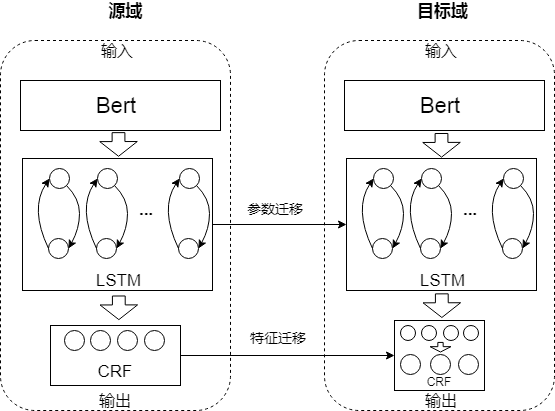
This is transfer_learning-CN.png from yhx123hero/CyberspaceSecurity_NER, a draw.io export, as it was before one commit. Source tidied: cells renumbered, new cells last; positions are measured from the earlier drawing's top-left corner, leaving out a move shared by most shapes.
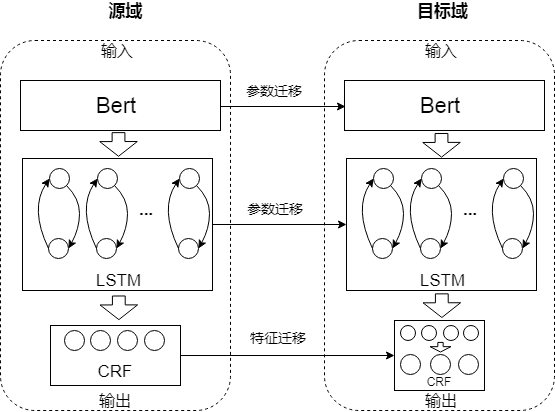
After the commit.

The edit, as a diff of the source:
```diff
@@ -269,5 +269,14 @@
         <mxPoint x="440" y="352" as="targetPoint" />
       </mxGeometry>
     </mxCell>
+    <mxCell id="68" value="参数迁移" style="text;html=1;align=center;verticalAlign=middle;whiteSpace=wrap;rounded=0;shadow=0;glass=0;fontSize=14;" parent="1" vertex="1">
+      <mxGeometry x="224" y="80" width="100" height="20" as="geometry" />
+    </mxCell>
+    <mxCell id="69" style="endArrow=classic;html=1;fontSize=22;entryX=0;entryY=0.5;entryDx=0;entryDy=0;" parent="1" edge="1">
+      <mxGeometry relative="1" as="geometry">
+        <mxPoint x="220" y="106" as="sourcePoint" />
+        <mxPoint x="345" y="106" as="targetPoint" />
+      </mxGeometry>
+    </mxCell>
   </root>
 </mxGraphModel>
```
